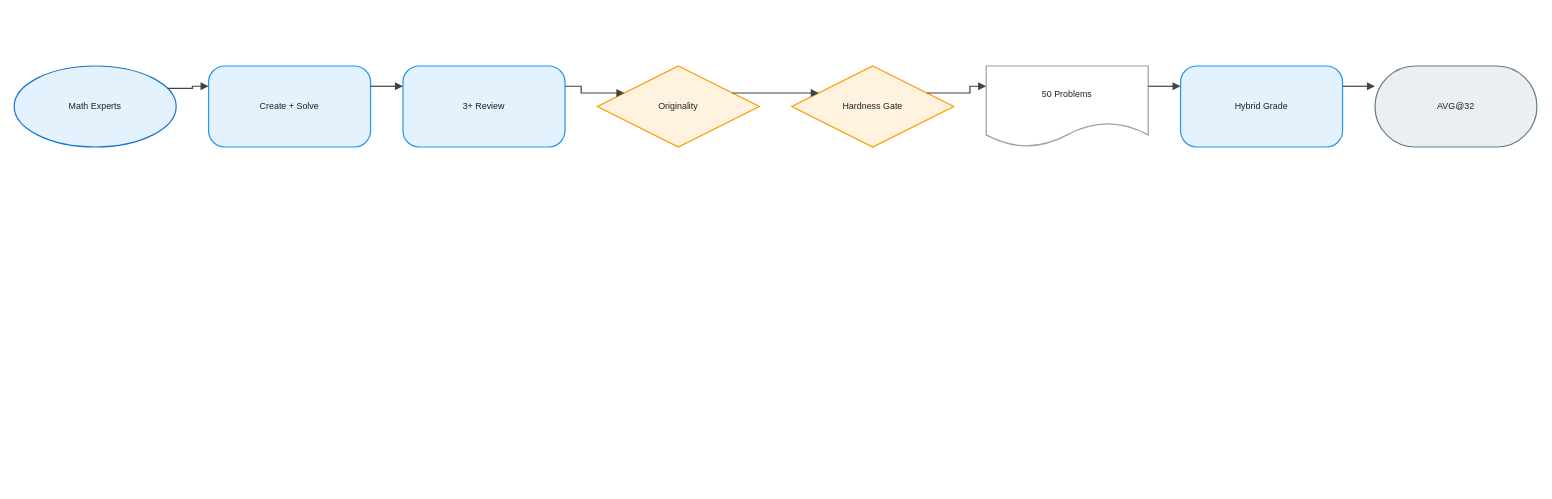
Earlier version of the draw.io diagram drawio/AMO-Bench/AMO-Bench.en.drawio (joe1chief/benchmark-hub). Source tidied: cells renumbered, new cells numbered last; positions are measured from the earlier drawing's top-left corner, leaving out a move shared by most shapes. Both pictures are drawn from the tidied source at 81%, with x=0, y=0 at pixel (14, 66).
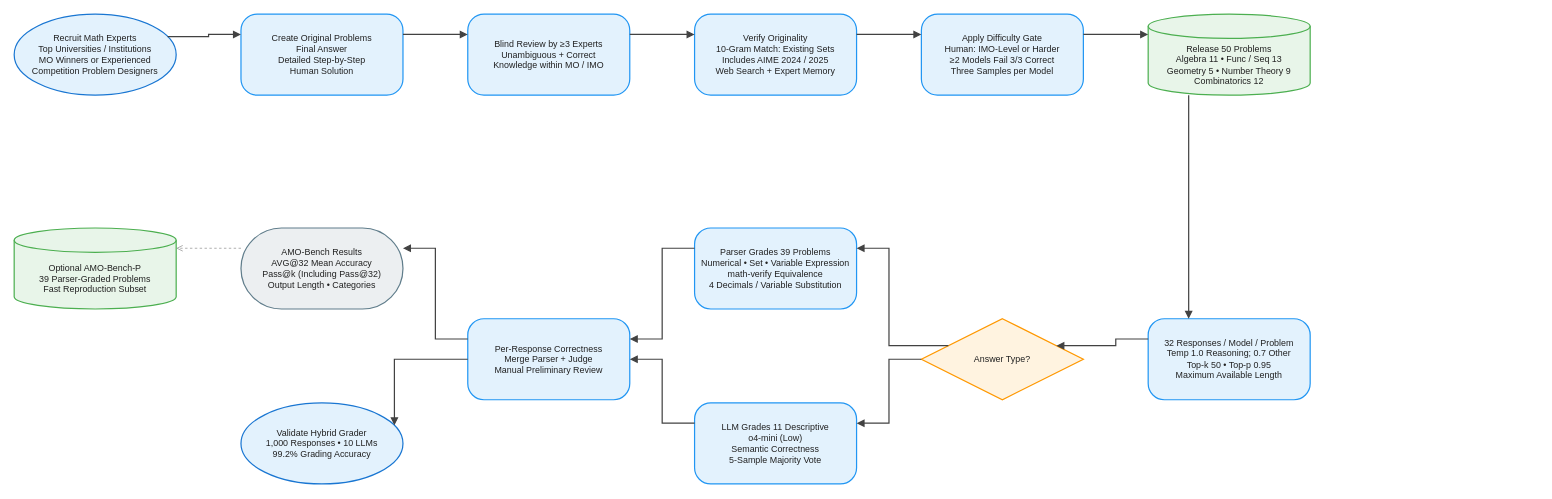
The same page after the edit.

The edit, as a diff of the source:
```diff
@@
-    <mxCell id="2" value="Math Experts" style="ellipse;html=1;whiteSpace=wrap;fillColor=#E3F2FD;strokeColor=#1976D2;strokeWidth=1.5;fontColor=#212121;fontSize=11;fontFamily=Arial, Helvetica, sans-serif;verticalAlign=middle;align=center;" parent="1" vertex="1">
-      <mxGeometry width="200" height="100" as="geometry" />
+    <mxCell id="2" value="Recruit Math Experts&#10;Top Universities / Institutions&#10;MO Winners or Experienced&#10;Competition Problem Designers" style="ellipse;html=0;convertToSvg=1;whiteSpace=wrap;fillColor=#E3F2FD;strokeColor=#1976D2;strokeWidth=1.5;fontColor=#212121;fontSize=11;fontFamily=Arial, Helvetica, sans-serif;verticalAlign=middle;align=center;" parent="1" vertex="1">
+      <mxGeometry y="-64" width="200" height="100" as="geometry" />
     </mxCell>
-    <mxCell id="3" value="Create + Solve" style="rounded=1;arcSize=20;html=1;whiteSpace=wrap;fillColor=#E3F2FD;strokeColor=#2196F3;strokeWidth=1.5;fontColor=#212121;fontSize=11;fontFamily=Arial, Helvetica, sans-serif;verticalAlign=middle;align=center;" parent="1" vertex="1">
-      <mxGeometry x="240" width="200" height="100" as="geometry" />
+    <mxCell id="3" value="Create Original Problems&#10;Final Answer&#10;Detailed Step-by-Step&#10;Human Solution" style="rounded=1;arcSize=20;html=0;convertToSvg=1;whiteSpace=wrap;fillColor=#E3F2FD;strokeColor=#2196F3;strokeWidth=1.5;fontColor=#212121;fontSize=11;fontFamily=Arial, Helvetica, sans-serif;verticalAlign=middle;align=center;" parent="1" vertex="1">
+      <mxGeometry x="280" y="-64" width="200" height="100" as="geometry" />
     </mxCell>
-    <mxCell id="4" value="3+ Review" style="rounded=1;arcSize=20;html=1;whiteSpace=wrap;fillColor=#E3F2FD;strokeColor=#2196F3;strokeWidth=1.5;fontColor=#212121;fontSize=11;fontFamily=Arial, Helvetica, sans-serif;verticalAlign=middle;align=center;" parent="1" vertex="1">
-      <mxGeometry x="480" width="200" height="100" as="geometry" />
+    <mxCell id="4" value="Blind Review by ≥3 Experts&#10;Unambiguous + Correct&#10;Knowledge within MO / IMO" style="rounded=1;arcSize=20;html=0;convertToSvg=1;whiteSpace=wrap;fillColor=#E3F2FD;strokeColor=#2196F3;strokeWidth=1.5;fontColor=#212121;fontSize=11;fontFamily=Arial, Helvetica, sans-serif;verticalAlign=middle;align=center;" parent="1" vertex="1">
+      <mxGeometry x="560" y="-64" width="200" height="100" as="geometry" />
     </mxCell>
-    <mxCell id="5" value="Originality" style="rhombus;html=1;whiteSpace=wrap;fillColor=#FFF3E0;strokeColor=#FF9800;strokeWidth=1.5;fontColor=#212121;fontSize=11;fontFamily=Arial, Helvetica, sans-serif;verticalAlign=middle;align=center;" parent="1" vertex="1">
-      <mxGeometry x="720" width="200" height="100" as="geometry" />
+    <mxCell id="5" value="Verify Originality&#10;10-Gram Match: Existing Sets&#10;Includes AIME 2024 / 2025&#10;Web Search + Expert Memory" style="rounded=1;arcSize=20;html=0;convertToSvg=1;whiteSpace=wrap;fillColor=#E3F2FD;strokeColor=#2196F3;strokeWidth=1.5;fontColor=#212121;fontSize=11;fontFamily=Arial, Helvetica, sans-serif;verticalAlign=middle;align=center;" parent="1" vertex="1">
+      <mxGeometry x="840" y="-64" width="200" height="100" as="geometry" />
     </mxCell>
-    <mxCell id="6" value="Hardness Gate" style="rhombus;html=1;whiteSpace=wrap;fillColor=#FFF3E0;strokeColor=#FF9800;strokeWidth=1.5;fontColor=#212121;fontSize=11;fontFamily=Arial, Helvetica, sans-serif;verticalAlign=middle;align=center;" parent="1" vertex="1">
-      <mxGeometry x="960" width="200" height="100" as="geometry" />
+    <mxCell id="6" value="Apply Difficulty Gate&#10;Human: IMO-Level or Harder&#10;≥2 Models Fail 3/3 Correct&#10;Three Samples per Model" style="rounded=1;arcSize=20;html=0;convertToSvg=1;whiteSpace=wrap;fillColor=#E3F2FD;strokeColor=#2196F3;strokeWidth=1.5;fontColor=#212121;fontSize=11;fontFamily=Arial, Helvetica, sans-serif;verticalAlign=middle;align=center;" parent="1" vertex="1">
+      <mxGeometry x="1120" y="-64" width="200" height="100" as="geometry" />
     </mxCell>
-    <mxCell id="7" value="50 Problems" style="shape=document;boundedLbl=1;html=1;whiteSpace=wrap;fillColor=#FFFFFF;strokeColor=#9E9E9E;strokeWidth=1.5;fontColor=#212121;fontSize=11;fontFamily=Arial, Helvetica, sans-serif;verticalAlign=middle;align=center;" parent="1" vertex="1">
-      <mxGeometry x="1200" width="200" height="100" as="geometry" />
+    <mxCell id="7" value="Release 50 Problems&#10;Algebra 11 • Func / Seq 13&#10;Geometry 5 • Number Theory 9&#10;Combinatorics 12" style="shape=cylinder3;boundedLbl=1;backgroundOutline=1;size=15;html=0;convertToSvg=1;whiteSpace=wrap;fillColor=#E8F5E9;strokeColor=#4CAF50;strokeWidth=1.5;fontColor=#212121;fontSize=11;fontFamily=Arial, Helvetica, sans-serif;verticalAlign=middle;align=center;" parent="1" vertex="1">
+      <mxGeometry x="1400" y="-64" width="200" height="100" as="geometry" />
     </mxCell>
-    <mxCell id="8" value="Hybrid Grade" style="rounded=1;arcSize=20;html=1;whiteSpace=wrap;fillColor=#E3F2FD;strokeColor=#2196F3;strokeWidth=1.5;fontColor=#212121;fontSize=11;fontFamily=Arial, Helvetica, sans-serif;verticalAlign=middle;align=center;" parent="1" vertex="1">
-      <mxGeometry x="1440" width="200" height="100" as="geometry" />
+    <mxCell id="8" value="32 Responses / Model / Problem&#10;Temp 1.0 Reasoning; 0.7 Other&#10;Top-k 50 • Top-p 0.95&#10;Maximum Available Length" style="rounded=1;arcSize=20;html=0;convertToSvg=1;whiteSpace=wrap;fillColor=#E3F2FD;strokeColor=#2196F3;strokeWidth=1.5;fontColor=#212121;fontSize=11;fontFamily=Arial, Helvetica, sans-serif;verticalAlign=middle;align=center;" parent="1" vertex="1">
+      <mxGeometry x="1400" y="312" width="200" height="100" as="geometry" />
     </mxCell>
-    <mxCell id="9" value="AVG@32" style="rounded=1;arcSize=50;html=1;whiteSpace=wrap;fillColor=#ECEFF1;strokeColor=#607D8B;strokeWidth=1.5;fontColor=#212121;fontSize=11;fontFamily=Arial, Helvetica, sans-serif;verticalAlign=middle;align=center;" parent="1" vertex="1">
-      <mxGeometry x="1680" width="200" height="100" as="geometry" />
+    <mxCell id="9" value="Answer Type?" style="rhombus;html=0;convertToSvg=1;whiteSpace=wrap;fillColor=#FFF3E0;strokeColor=#FF9800;strokeWidth=1.5;fontColor=#212121;fontSize=11;fontFamily=Arial, Helvetica, sans-serif;verticalAlign=middle;align=center;" parent="1" vertex="1">
+      <mxGeometry x="1120" y="312" width="200" height="100" as="geometry" />
     </mxCell>
-    <mxCell id="10" style="edgeStyle=orthogonalEdgeStyle;rounded=0;jettySize=auto;html=1;strokeColor=#424242;strokeWidth=1.5;endArrow=block;endFill=1;exitX=1;exitY=0.25;exitDx=0;exitDy=0;entryX=0;entryY=0.25;entryDx=0;entryDy=0;jumpStyle=arc;jumpSize=8;" parent="1" edge="1" source="2" target="3">
-      <mxGeometry relative="1" as="geometry" />
+    <mxCell id="10" value="Parser Grades 39 Problems&#10;Numerical • Set • Variable Expression&#10;math-verify Equivalence&#10;4 Decimals / Variable Substitution" style="rounded=1;arcSize=20;html=0;convertToSvg=1;whiteSpace=wrap;fillColor=#E3F2FD;strokeColor=#2196F3;strokeWidth=1.5;fontColor=#212121;fontSize=11;fontFamily=Arial, Helvetica, sans-serif;verticalAlign=middle;align=center;" parent="1" vertex="1">
+      <mxGeometry x="840" y="200" width="200" height="100" as="geometry" />
     </mxCell>
-    <mxCell id="11" style="edgeStyle=orthogonalEdgeStyle;rounded=0;jettySize=auto;html=1;strokeColor=#424242;strokeWidth=1.5;endArrow=block;endFill=1;exitX=1;exitY=0.25;exitDx=0;exitDy=0;entryX=0;entryY=0.25;entryDx=0;entryDy=0;jumpStyle=arc;jumpSize=8;" parent="1" edge="1" source="3" target="4">
-      <mxGeometry relative="1" as="geometry" />
+    <mxCell id="11" value="LLM Grades 11 Descriptive&#10;o4-mini (Low)&#10;Semantic Correctness&#10;5-Sample Majority Vote" style="rounded=1;arcSize=20;html=0;convertToSvg=1;whiteSpace=wrap;fillColor=#E3F2FD;strokeColor=#2196F3;strokeWidth=1.5;fontColor=#212121;fontSize=11;fontFamily=Arial, Helvetica, sans-serif;verticalAlign=middle;align=center;" parent="1" vertex="1">
+      <mxGeometry x="840" y="416" width="200" height="100" as="geometry" />
     </mxCell>
-    <mxCell id="12" style="edgeStyle=orthogonalEdgeStyle;rounded=0;jettySize=auto;html=1;strokeColor=#424242;strokeWidth=1.5;endArrow=block;endFill=1;exitX=1;exitY=0.25;exitDx=0;exitDy=0;entryX=0;entryY=0.25;entryDx=0;entryDy=0;jumpStyle=arc;jumpSize=8;" parent="1" edge="1" source="4" target="5">
-      <mxGeometry relative="1" as="geometry" />
+    <mxCell id="12" value="Per-Response Correctness&#10;Merge Parser + Judge&#10;Manual Preliminary Review" style="rounded=1;arcSize=20;html=0;convertToSvg=1;whiteSpace=wrap;fillColor=#E3F2FD;strokeColor=#2196F3;strokeWidth=1.5;fontColor=#212121;fontSize=11;fontFamily=Arial, Helvetica, sans-serif;verticalAlign=middle;align=center;" parent="1" vertex="1">
+      <mxGeometry x="560" y="312" width="200" height="100" as="geometry" />
     </mxCell>
-    <mxCell id="13" style="edgeStyle=orthogonalEdgeStyle;rounded=0;jettySize=auto;html=1;strokeColor=#424242;strokeWidth=1.5;endArrow=block;endFill=1;exitX=1;exitY=0.25;exitDx=0;exitDy=0;entryX=0;entryY=0.25;entryDx=0;entryDy=0;jumpStyle=arc;jumpSize=8;" parent="1" edge="1" source="5" target="6">
-      <mxGeometry relative="1" as="geometry" />
+    <mxCell id="13" value="AMO-Bench Results&#10;AVG@32 Mean Accuracy&#10;Pass@k (Including Pass@32)&#10;Output Length • Categories" style="rounded=1;arcSize=50;html=0;convertToSvg=1;whiteSpace=wrap;fillColor=#ECEFF1;strokeColor=#607D8B;strokeWidth=1.5;fontColor=#212121;fontSize=11;fontFamily=Arial, Helvetica, sans-serif;verticalAlign=middle;align=center;" parent="1" vertex="1">
+      <mxGeometry x="280" y="200" width="200" height="100" as="geometry" />
     </mxCell>
-    <mxCell id="14" style="edgeStyle=orthogonalEdgeStyle;rounded=0;jettySize=auto;html=1;strokeColor=#424242;strokeWidth=1.5;endArrow=block;endFill=1;exitX=1;exitY=0.25;exitDx=0;exitDy=0;entryX=0;entryY=0.25;entryDx=0;entryDy=0;jumpStyle=arc;jumpSize=8;" parent="1" edge="1" source="6" target="7">
-      <mxGeometry relative="1" as="geometry" />
+    <mxCell id="14" value="Validate Hybrid Grader&#10;1,000 Responses • 10 LLMs&#10;99.2% Grading Accuracy" style="ellipse;html=0;convertToSvg=1;whiteSpace=wrap;fillColor=#E3F2FD;strokeColor=#1976D2;strokeWidth=1.5;fontColor=#212121;fontSize=11;fontFamily=Arial, Helvetica, sans-serif;verticalAlign=middle;align=center;" parent="1" vertex="1">
+      <mxGeometry x="280" y="416" width="200" height="100" as="geometry" />
     </mxCell>
-    <mxCell id="15" style="edgeStyle=orthogonalEdgeStyle;rounded=0;jettySize=auto;html=1;strokeColor=#424242;strokeWidth=1.5;endArrow=block;endFill=1;exitX=1;exitY=0.25;exitDx=0;exitDy=0;entryX=0;entryY=0.25;entryDx=0;entryDy=0;jumpStyle=arc;jumpSize=8;" parent="1" edge="1" source="7" target="8">
-      <mxGeometry relative="1" as="geometry" />
+    <mxCell id="15" value="Optional AMO-Bench-P&#10;39 Parser-Graded Problems&#10;Fast Reproduction Subset" style="shape=cylinder3;boundedLbl=1;backgroundOutline=1;size=15;html=0;convertToSvg=1;whiteSpace=wrap;fillColor=#E8F5E9;strokeColor=#4CAF50;strokeWidth=1.5;fontColor=#212121;fontSize=11;fontFamily=Arial, Helvetica, sans-serif;verticalAlign=middle;align=center;" parent="1" vertex="1">
+      <mxGeometry y="200" width="200" height="100" as="geometry" />
     </mxCell>
-    <mxCell id="16" style="edgeStyle=orthogonalEdgeStyle;rounded=0;jettySize=auto;html=1;strokeColor=#424242;strokeWidth=1.5;endArrow=block;endFill=1;exitX=1;exitY=0.25;exitDx=0;exitDy=0;entryX=0;entryY=0.25;entryDx=0;entryDy=0;jumpStyle=arc;jumpSize=8;" parent="1" edge="1" source="8" target="9">
+    <mxCell id="16" style="edgeStyle=orthogonalEdgeStyle;rounded=0;jettySize=auto;html=0;convertToSvg=1;strokeColor=#424242;strokeWidth=1.5;endArrow=block;endFill=1;exitX=1;exitY=0.25;exitDx=0;exitDy=0;entryX=0;entryY=0.25;entryDx=0;entryDy=0;jumpStyle=arc;jumpSize=8;" parent="1" edge="1" source="2" target="3">
       <mxGeometry relative="1" as="geometry" />
     </mxCell>
+    <mxCell id="17" style="edgeStyle=orthogonalEdgeStyle;rounded=0;jettySize=auto;html=0;convertToSvg=1;strokeColor=#424242;strokeWidth=1.5;endArrow=block;endFill=1;exitX=1;exitY=0.25;exitDx=0;exitDy=0;entryX=0;entryY=0.25;entryDx=0;entryDy=0;jumpStyle=arc;jumpSize=8;" parent="1" edge="1" source="3" target="4">
+      <mxGeometry relative="1" as="geometry" />
+    </mxCell>
+    <mxCell id="18" style="edgeStyle=orthogonalEdgeStyle;rounded=0;jettySize=auto;html=0;convertToSvg=1;strokeColor=#424242;strokeWidth=1.5;endArrow=block;endFill=1;exitX=1;exitY=0.25;exitDx=0;exitDy=0;entryX=0;entryY=0.25;entryDx=0;entryDy=0;jumpStyle=arc;jumpSize=8;" parent="1" edge="1" source="4" target="5">
+      <mxGeometry relative="1" as="geometry" />
+    </mxCell>
+    <mxCell id="19" style="edgeStyle=orthogonalEdgeStyle;rounded=0;jettySize=auto;html=0;convertToSvg=1;strokeColor=#424242;strokeWidth=1.5;endArrow=block;endFill=1;exitX=1;exitY=0.25;exitDx=0;exitDy=0;entryX=0;entryY=0.25;entryDx=0;entryDy=0;jumpStyle=arc;jumpSize=8;" parent="1" edge="1" source="5" target="6">
+      <mxGeometry relative="1" as="geometry" />
+    </mxCell>
+    <mxCell id="20" style="edgeStyle=orthogonalEdgeStyle;rounded=0;jettySize=auto;html=0;convertToSvg=1;strokeColor=#424242;strokeWidth=1.5;endArrow=block;endFill=1;exitX=1;exitY=0.25;exitDx=0;exitDy=0;entryX=0;entryY=0.25;entryDx=0;entryDy=0;jumpStyle=arc;jumpSize=8;" parent="1" edge="1" source="6" target="7">
+      <mxGeometry relative="1" as="geometry" />
+    </mxCell>
+    <mxCell id="21" style="edgeStyle=orthogonalEdgeStyle;rounded=0;jettySize=auto;html=0;convertToSvg=1;strokeColor=#424242;strokeWidth=1.5;endArrow=block;endFill=1;exitX=0.25;exitY=1;exitDx=0;exitDy=0;entryX=0.25;entryY=0;entryDx=0;entryDy=0;jumpStyle=arc;jumpSize=8;" parent="1" edge="1" source="7" target="8">
+      <mxGeometry relative="1" as="geometry" />
+    </mxCell>
+    <mxCell id="22" style="edgeStyle=orthogonalEdgeStyle;rounded=0;jettySize=auto;html=0;convertToSvg=1;strokeColor=#424242;strokeWidth=1.5;endArrow=block;endFill=1;exitX=0;exitY=0.25;exitDx=0;exitDy=0;entryX=1;entryY=0.25;entryDx=0;entryDy=0;jumpStyle=arc;jumpSize=8;" parent="1" edge="1" source="8" target="9">
+      <mxGeometry relative="1" as="geometry" />
+    </mxCell>
+    <mxCell id="23" style="edgeStyle=orthogonalEdgeStyle;rounded=0;jettySize=auto;html=0;convertToSvg=1;strokeColor=#424242;strokeWidth=1.5;endArrow=block;endFill=1;exitX=0;exitY=0.25;exitDx=0;exitDy=0;entryX=1;entryY=0.25;entryDx=0;entryDy=0;jumpStyle=arc;jumpSize=8;" parent="1" edge="1" source="9" target="10">
+      <mxGeometry relative="1" as="geometry" />
+    </mxCell>
+    <mxCell id="24" style="edgeStyle=orthogonalEdgeStyle;rounded=0;jettySize=auto;html=0;convertToSvg=1;strokeColor=#424242;strokeWidth=1.5;endArrow=block;endFill=1;exitX=0;exitY=0.5;exitDx=0;exitDy=0;entryX=1;entryY=0.25;entryDx=0;entryDy=0;jumpStyle=arc;jumpSize=8;" parent="1" edge="1" source="9" target="11">
+      <mxGeometry relative="1" as="geometry" />
+    </mxCell>
+    <mxCell id="25" style="edgeStyle=orthogonalEdgeStyle;rounded=0;jettySize=auto;html=0;convertToSvg=1;strokeColor=#424242;strokeWidth=1.5;endArrow=block;endFill=1;exitX=0;exitY=0.25;exitDx=0;exitDy=0;entryX=1;entryY=0.25;entryDx=0;entryDy=0;jumpStyle=arc;jumpSize=8;" parent="1" edge="1" source="10" target="12">
+      <mxGeometry relative="1" as="geometry" />
+    </mxCell>
+    <mxCell id="26" style="edgeStyle=orthogonalEdgeStyle;rounded=0;jettySize=auto;html=0;convertToSvg=1;strokeColor=#424242;strokeWidth=1.5;endArrow=block;endFill=1;exitX=0;exitY=0.25;exitDx=0;exitDy=0;entryX=1;entryY=0.5;entryDx=0;entryDy=0;jumpStyle=arc;jumpSize=8;" parent="1" edge="1" source="11" target="12">
+      <mxGeometry relative="1" as="geometry" />
+    </mxCell>
+    <mxCell id="27" style="edgeStyle=orthogonalEdgeStyle;rounded=0;jettySize=auto;html=0;convertToSvg=1;strokeColor=#424242;strokeWidth=1.5;endArrow=block;endFill=1;exitX=0;exitY=0.25;exitDx=0;exitDy=0;entryX=1;entryY=0.25;entryDx=0;entryDy=0;jumpStyle=arc;jumpSize=8;" parent="1" edge="1" source="12" target="13">
+      <mxGeometry relative="1" as="geometry" />
+    </mxCell>
+    <mxCell id="28" style="edgeStyle=orthogonalEdgeStyle;rounded=0;jettySize=auto;html=0;convertToSvg=1;strokeColor=#424242;strokeWidth=1.5;endArrow=block;endFill=1;exitX=0;exitY=0.5;exitDx=0;exitDy=0;entryX=1;entryY=0.25;entryDx=0;entryDy=0;jumpStyle=arc;jumpSize=8;" parent="1" edge="1" source="12" target="14">
+      <mxGeometry relative="1" as="geometry" />
+    </mxCell>
+    <mxCell id="29" style="edgeStyle=orthogonalEdgeStyle;rounded=0;jettySize=auto;html=0;convertToSvg=1;strokeColor=#9E9E9E;strokeWidth=1;endArrow=open;endFill=0;exitX=0;exitY=0.25;exitDx=0;exitDy=0;entryX=1;entryY=0.25;entryDx=0;entryDy=0;dashed=1;dashPattern=3 3;jumpStyle=arc;jumpSize=8;" parent="1" edge="1" source="13" target="15">
+      <mxGeometry relative="1" as="geometry" />
+    </mxCell>
```
